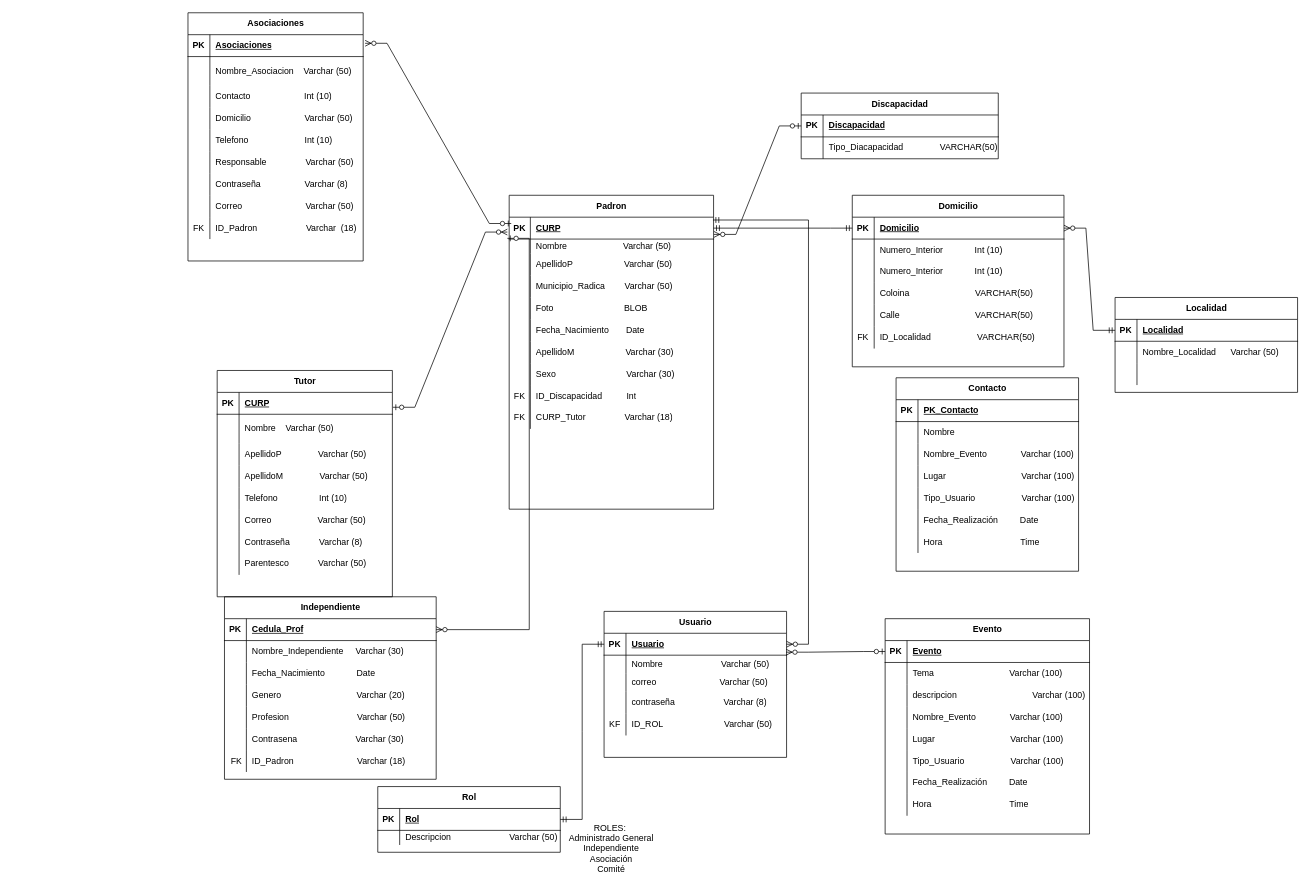
The draw.io diagram diccionario_de_datos.drawio in OSCARCH2002/diagramas, before the edit. Source tidied: cells renumbered, new cells numbered last; positions are measured from the earlier drawing's top-left corner, leaving out a move shared by most shapes. Both pictures are drawn from the tidied source at 73%, with x=0, y=0 at pixel (188, 12).
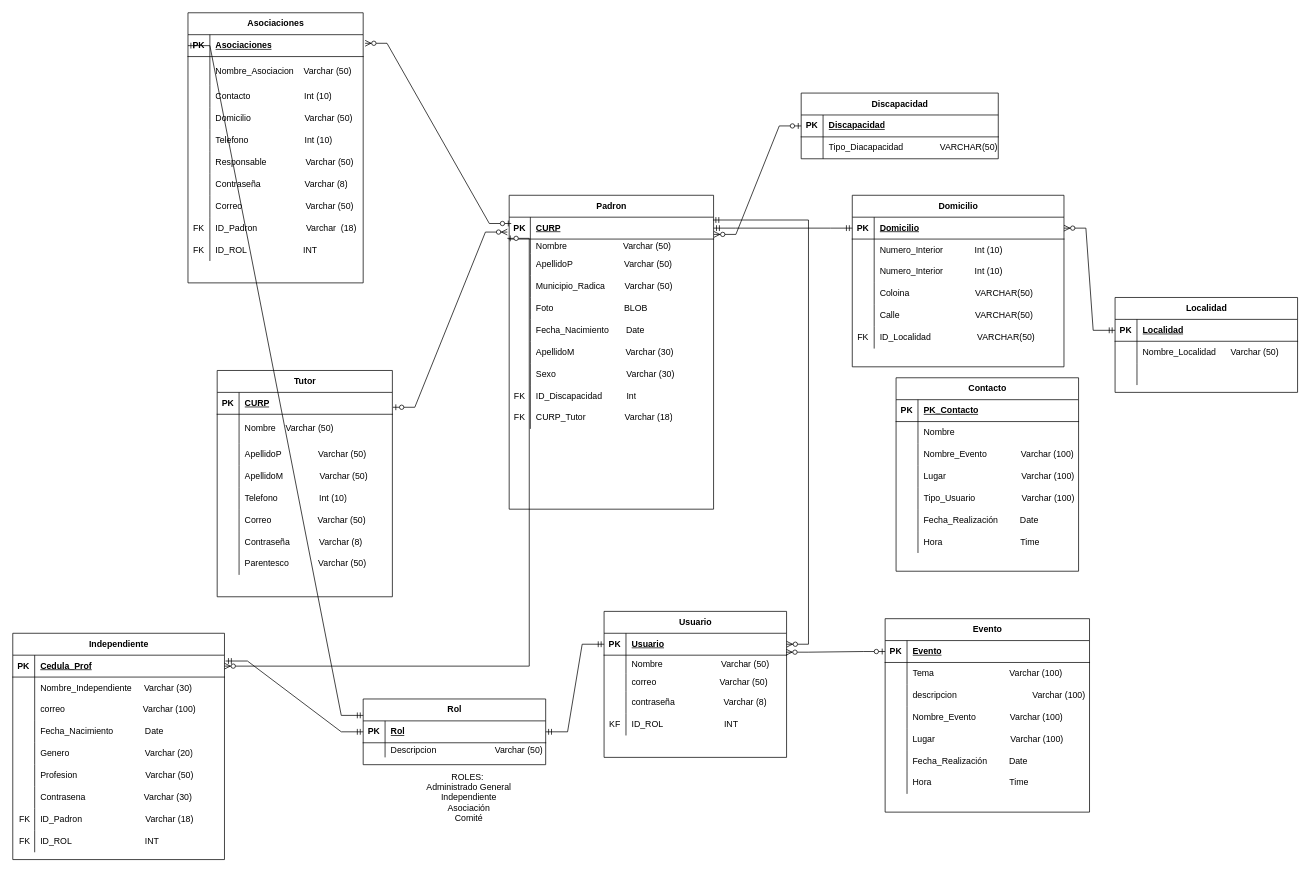
After the change.

Unchanged cells that the change refers to:
```xml
<mxCell id="3" style="shape=tableRow;horizontal=0;startSize=0;swimlaneHead=0;swimlaneBody=0;fillColor=none;points=[[0,0.5],[1,0.5]];portConstraint=eastwest;top=0;left=0;right=0;bottom=1;" parent="2" vertex="1">
  <mxGeometry y="30" width="240" height="30" as="geometry" />
</mxCell>
<mxCell id="112" style="shape=tableRow;horizontal=0;startSize=0;swimlaneHead=0;swimlaneBody=0;fillColor=none;top=0;left=0;right=0;bottom=0;" parent="99" vertex="1">
  <mxGeometry y="140" width="250" height="30" as="geometry" />
</mxCell>
<mxCell id="147" style="shape=tableRow;horizontal=0;startSize=0;swimlaneHead=0;swimlaneBody=0;fillColor=none;points=[[0,0.5],[1,0.5]];portConstraint=eastwest;top=0;left=0;right=0;bottom=1;" parent="146" vertex="1">
  <mxGeometry y="30" width="290" height="30" as="geometry" />
</mxCell>
<mxCell id="224" style="shape=tableRow;horizontal=0;startSize=0;swimlaneHead=0;swimlaneBody=0;fillColor=none;points=[[0,0.5],[1,0.5]];portConstraint=eastwest;top=0;left=0;right=0;bottom=1;" parent="223" vertex="1">
  <mxGeometry y="30" width="250" height="30" as="geometry" />
</mxCell>
```

What changed in the source:
```diff
@@
     <mxCell id="2" value="Asociaciones" style="shape=table;startSize=30;childLayout=tableLayout;rowLines=0;fontStyle=1;align=center;html=1;" parent="1" vertex="1">
-      <mxGeometry width="240" height="340" as="geometry" />
+      <mxGeometry width="240" height="370" as="geometry" />
     </mxCell>
@@
+    <mxCell id="232" style="shape=tableRow;horizontal=0;startSize=0;swimlaneHead=0;swimlaneBody=0;fillColor=none;top=0;left=0;right=0;bottom=0;" parent="2" vertex="1">
+      <mxGeometry y="310" width="240" height="30" as="geometry" />
+    </mxCell>
+    <mxCell id="233" value="FK" style="shape=partialRectangle;fillColor=none;top=0;left=0;bottom=0;right=0;overflow=hidden;whiteSpace=wrap;html=1;" parent="232" vertex="1">
+      <mxGeometry width="30" height="30" as="geometry" />
+    </mxCell>
+    <mxCell id="234" value="ID_ROL&amp;nbsp; &amp;nbsp; &amp;nbsp; &amp;nbsp; &amp;nbsp; &amp;nbsp; &amp;nbsp; &amp;nbsp; &amp;nbsp; &amp;nbsp; &amp;nbsp; &amp;nbsp;INT" style="shape=partialRectangle;fillColor=none;top=0;left=0;bottom=0;right=0;align=left;spacingLeft=6;overflow=hidden;whiteSpace=wrap;html=1;" parent="232" vertex="1">
+      <mxGeometry x="30" width="210" height="30" as="geometry" />
+    </mxCell>
@@
-    <mxCell id="114" value="ID_ROL&amp;nbsp; &amp;nbsp; &amp;nbsp; &amp;nbsp; &amp;nbsp; &amp;nbsp; &amp;nbsp; &amp;nbsp; &amp;nbsp; &amp;nbsp; &amp;nbsp; &amp;nbsp; &amp;nbsp;Varchar (50)" style="shape=partialRectangle;fillColor=none;top=0;left=0;bottom=0;right=0;align=left;spacingLeft=6;overflow=hidden;whiteSpace=wrap;html=1;" parent="112" vertex="1">
+    <mxCell id="114" value="ID_ROL&amp;nbsp; &amp;nbsp; &amp;nbsp; &amp;nbsp; &amp;nbsp; &amp;nbsp; &amp;nbsp; &amp;nbsp; &amp;nbsp; &amp;nbsp; &amp;nbsp; &amp;nbsp; &amp;nbsp;INT" style="shape=partialRectangle;fillColor=none;top=0;left=0;bottom=0;right=0;align=left;spacingLeft=6;overflow=hidden;whiteSpace=wrap;html=1;" parent="112" vertex="1">
       <mxGeometry x="30" width="220" height="30" as="geometry" />
     </mxCell>
     <mxCell id="115" value="Evento" style="shape=table;startSize=30;childLayout=tableLayout;rowLines=0;fontStyle=1;align=center;html=1;" parent="1" vertex="1">
-      <mxGeometry x="955" y="830" width="280" height="295" as="geometry" />
+      <mxGeometry x="955" y="830" width="280" height="265" as="geometry" />
     </mxCell>
@@
-    <mxCell id="131" style="shape=tableRow;horizontal=0;startSize=0;swimlaneHead=0;swimlaneBody=0;fillColor=none;top=0;left=0;right=0;bottom=0;" parent="115" vertex="1">
-      <mxGeometry y="180" width="280" height="30" as="geometry" />
-    </mxCell>
-    <mxCell id="132" style="shape=partialRectangle;fillColor=none;top=0;left=0;bottom=0;right=0;overflow=hidden;whiteSpace=wrap;html=1;" parent="131" vertex="1">
-      <mxGeometry width="30" height="30" as="geometry" />
-    </mxCell>
-    <mxCell id="133" value="Tipo_Usuario&amp;nbsp; &amp;nbsp; &amp;nbsp; &amp;nbsp; &amp;nbsp; &amp;nbsp; &amp;nbsp; &amp;nbsp; &amp;nbsp; &amp;nbsp;Varchar (100)" style="shape=partialRectangle;fillColor=none;top=0;left=0;bottom=0;right=0;align=left;spacingLeft=6;overflow=hidden;whiteSpace=wrap;html=1;" parent="131" vertex="1">
-      <mxGeometry x="30" width="250" height="30" as="geometry" />
-    </mxCell>
     <mxCell id="134" style="shape=tableRow;horizontal=0;startSize=0;swimlaneHead=0;swimlaneBody=0;fillColor=none;top=0;left=0;right=0;bottom=0;" parent="115" vertex="1">
-      <mxGeometry y="210" width="280" height="30" as="geometry" />
+      <mxGeometry y="180" width="280" height="30" as="geometry" />
     </mxCell>
@@
     <mxCell id="137" style="shape=tableRow;horizontal=0;startSize=0;swimlaneHead=0;swimlaneBody=0;fillColor=none;top=0;left=0;right=0;bottom=0;" parent="115" vertex="1">
-      <mxGeometry y="240" width="280" height="30" as="geometry" />
+      <mxGeometry y="210" width="280" height="30" as="geometry" />
     </mxCell>
@@
     <mxCell id="146" value="Independiente" style="shape=table;startSize=30;childLayout=tableLayout;rowLines=0;fontStyle=1;align=center;html=1;" parent="1" vertex="1">
-      <mxGeometry x="50" y="800" width="290" height="250" as="geometry" />
+      <mxGeometry x="-240" y="850" width="290" height="310" as="geometry" />
     </mxCell>
@@
+    <mxCell id="235" style="shape=tableRow;horizontal=0;startSize=0;swimlaneHead=0;swimlaneBody=0;fillColor=none;top=0;left=0;right=0;bottom=0;" parent="146" vertex="1">
+      <mxGeometry y="90" width="290" height="30" as="geometry" />
+    </mxCell>
+    <mxCell id="132" style="shape=partialRectangle;fillColor=none;top=0;left=0;bottom=0;right=0;overflow=hidden;whiteSpace=wrap;html=1;" parent="235" vertex="1">
+      <mxGeometry width="30" height="30" as="geometry" />
+    </mxCell>
+    <mxCell id="236" value="correo&amp;nbsp; &amp;nbsp; &amp;nbsp; &amp;nbsp; &amp;nbsp; &amp;nbsp; &amp;nbsp; &amp;nbsp; &amp;nbsp; &amp;nbsp; &amp;nbsp; &amp;nbsp; &amp;nbsp; &amp;nbsp; &amp;nbsp; &amp;nbsp; Varchar (100)" style="shape=partialRectangle;fillColor=none;top=0;left=0;bottom=0;right=0;align=left;spacingLeft=6;overflow=hidden;whiteSpace=wrap;html=1;" parent="235" vertex="1">
+      <mxGeometry x="30" width="260" height="30" as="geometry" />
+    </mxCell>
     <mxCell id="153" style="shape=tableRow;horizontal=0;startSize=0;swimlaneHead=0;swimlaneBody=0;fillColor=none;top=0;left=0;right=0;bottom=0;" parent="146" vertex="1">
-      <mxGeometry y="90" width="290" height="30" as="geometry" />
+      <mxGeometry y="120" width="290" height="30" as="geometry" />
     </mxCell>
@@
     <mxCell id="156" style="shape=tableRow;horizontal=0;startSize=0;swimlaneHead=0;swimlaneBody=0;fillColor=none;top=0;left=0;right=0;bottom=0;" parent="146" vertex="1">
-      <mxGeometry y="120" width="290" height="30" as="geometry" />
+      <mxGeometry y="150" width="290" height="30" as="geometry" />
     </mxCell>
@@
     <mxCell id="159" style="shape=tableRow;horizontal=0;startSize=0;swimlaneHead=0;swimlaneBody=0;fillColor=none;top=0;left=0;right=0;bottom=0;" parent="146" vertex="1">
-      <mxGeometry y="150" width="290" height="30" as="geometry" />
+      <mxGeometry y="180" width="290" height="30" as="geometry" />
     </mxCell>
@@
     <mxCell id="162" style="shape=tableRow;horizontal=0;startSize=0;swimlaneHead=0;swimlaneBody=0;fillColor=none;top=0;left=0;right=0;bottom=0;" parent="146" vertex="1">
-      <mxGeometry y="180" width="290" height="30" as="geometry" />
+      <mxGeometry y="210" width="290" height="30" as="geometry" />
     </mxCell>
@@
     <mxCell id="165" style="shape=tableRow;horizontal=0;startSize=0;swimlaneHead=0;swimlaneBody=0;fillColor=none;top=0;left=0;right=0;bottom=0;" parent="146" vertex="1">
-      <mxGeometry y="210" width="290" height="30" as="geometry" />
+      <mxGeometry y="240" width="290" height="30" as="geometry" />
     </mxCell>
@@
+    <mxCell id="237" style="shape=tableRow;horizontal=0;startSize=0;swimlaneHead=0;swimlaneBody=0;fillColor=none;top=0;left=0;right=0;bottom=0;" parent="146" vertex="1">
+      <mxGeometry y="270" width="290" height="30" as="geometry" />
+    </mxCell>
+    <mxCell id="238" value="&amp;nbsp;FK" style="shape=partialRectangle;fillColor=none;top=0;left=0;bottom=0;right=0;overflow=hidden;whiteSpace=wrap;html=1;" parent="237" vertex="1">
+      <mxGeometry width="30" height="30" as="geometry" />
+    </mxCell>
+    <mxCell id="239" value="ID_ROL&amp;nbsp; &amp;nbsp; &amp;nbsp; &amp;nbsp; &amp;nbsp; &amp;nbsp; &amp;nbsp; &amp;nbsp; &amp;nbsp; &amp;nbsp; &amp;nbsp; &amp;nbsp; &amp;nbsp; &amp;nbsp; &amp;nbsp; INT&amp;nbsp;" style="shape=partialRectangle;fillColor=none;top=0;left=0;bottom=0;right=0;align=left;spacingLeft=6;overflow=hidden;whiteSpace=wrap;html=1;" parent="237" vertex="1">
+      <mxGeometry x="30" width="260" height="30" as="geometry" />
+    </mxCell>
@@
     <mxCell id="223" value="Rol" style="shape=table;startSize=30;childLayout=tableLayout;rowLines=0;fontStyle=1;align=center;html=1;" parent="1" vertex="1">
-      <mxGeometry x="260" y="1060" width="250" height="90" as="geometry" />
+      <mxGeometry x="240" y="940" width="250" height="90" as="geometry" />
     </mxCell>
@@
     <mxCell id="231" value="&lt;div&gt;ROLES:&amp;nbsp;&lt;/div&gt;Administrado General&lt;div&gt;Independiente&lt;/div&gt;&lt;div&gt;Asociación&lt;/div&gt;&lt;div&gt;Comité&lt;/div&gt;" style="text;html=1;align=center;verticalAlign=middle;whiteSpace=wrap;rounded=0;" parent="1" vertex="1">
-      <mxGeometry x="515" y="1110" width="130" height="70" as="geometry" />
+      <mxGeometry x="320" y="1040" width="130" height="70" as="geometry" />
     </mxCell>
+    <mxCell id="240" style="edgeStyle=entityRelationEdgeStyle;fontSize=12;html=1;endArrow=ERmandOne;startArrow=ERmandOne;rounded=0;entryX=0;entryY=0.5;entryDx=0;entryDy=0;exitX=0;exitY=0.25;exitDx=0;exitDy=0;" parent="1" edge="1" source="223" target="3">
+      <mxGeometry relative="1" as="geometry" />
+    </mxCell>
+    <mxCell id="241" style="edgeStyle=entityRelationEdgeStyle;fontSize=12;html=1;endArrow=ERmandOne;startArrow=ERmandOne;rounded=0;exitX=1.005;exitY=0.267;exitDx=0;exitDy=0;exitPerimeter=0;entryX=0;entryY=0.5;entryDx=0;entryDy=0;" parent="1" edge="1" source="147" target="224">
+      <mxGeometry relative="1" as="geometry" />
+    </mxCell>
```
